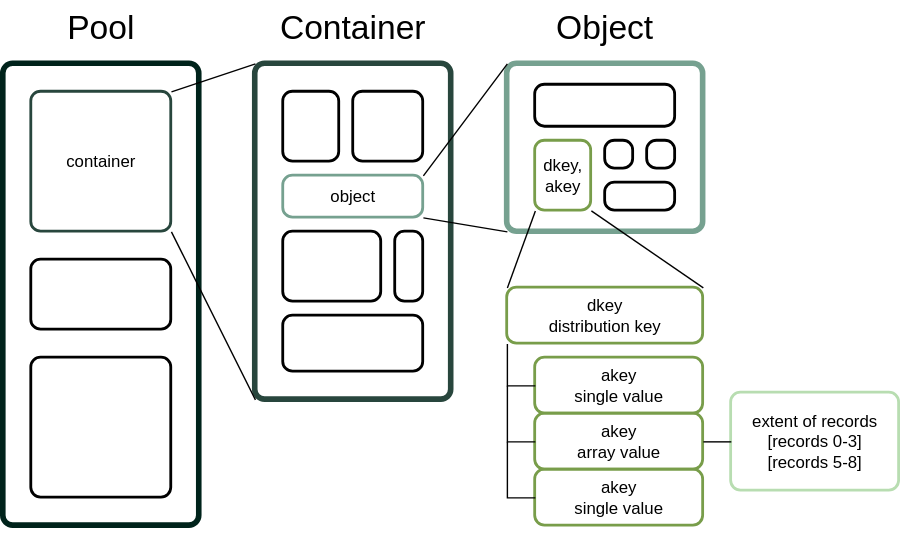
Before: poster/diagrams/data_heirarchy.svg, a diagram exported from draw.io (cissieAB/daos-benchmarking). Source tidied: cells renumbered, new cells last; positions are measured from the earlier drawing's top-left corner, leaving out a move shared by most shapes.
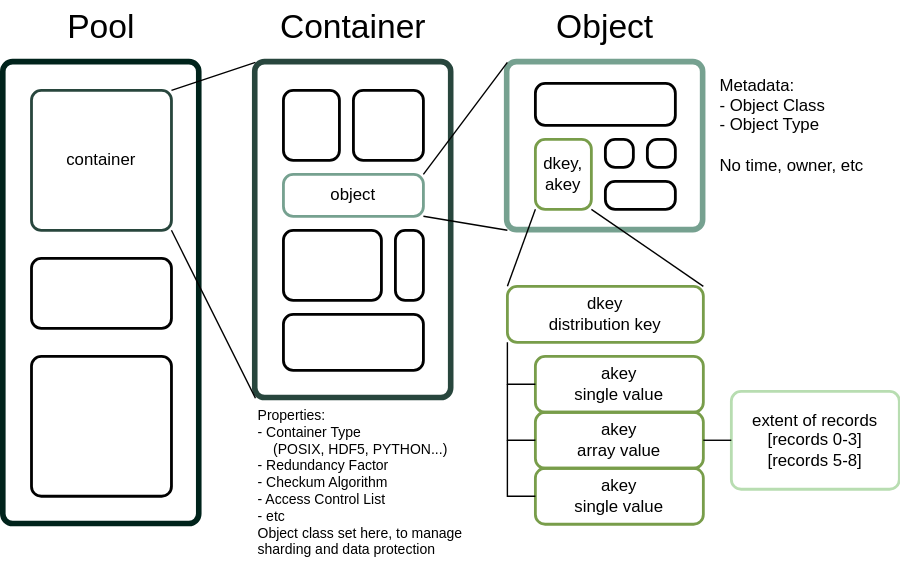
The same diagram one commit later.

What changed in the source:
```diff
@@ -126,5 +126,11 @@
       <mxGeometry relative="1" as="geometry" />
     </mxCell>
     <mxCell id="38" value="Untitled Layer" parent="0" />
+    <mxCell id="39" value="Metadata: &#10;- Object Class&#10;- Object Type&#10;&#10;No time, owner, etc" style="text;html=0;whiteSpace=wrap;align=left;verticalAlign=middle;rounded=0;fontSize=12;strokeColor=none;fontColor=#000000;" parent="38" vertex="1">
+      <mxGeometry x="510" y="45" width="130" height="90" as="geometry" />
+    </mxCell>
+    <mxCell id="40" value="Properties:&#10;- Container Type &#10;    (POSIX, HDF5, PYTHON...)&#10;- Redundancy Factor&#10;- Checkum Algorithm&#10;- Access Control List&#10;- etc&#10;Object class set here, to manage &#10;sharding and data protection" style="text;html=0;whiteSpace=wrap;align=left;verticalAlign=middle;rounded=0;fontSize=10;strokeColor=none;fontColor=#000000;" parent="38" vertex="1">
+      <mxGeometry x="180" y="285" width="170" height="120" as="geometry" />
+    </mxCell>
   </root>
 </mxGraphModel>
```
